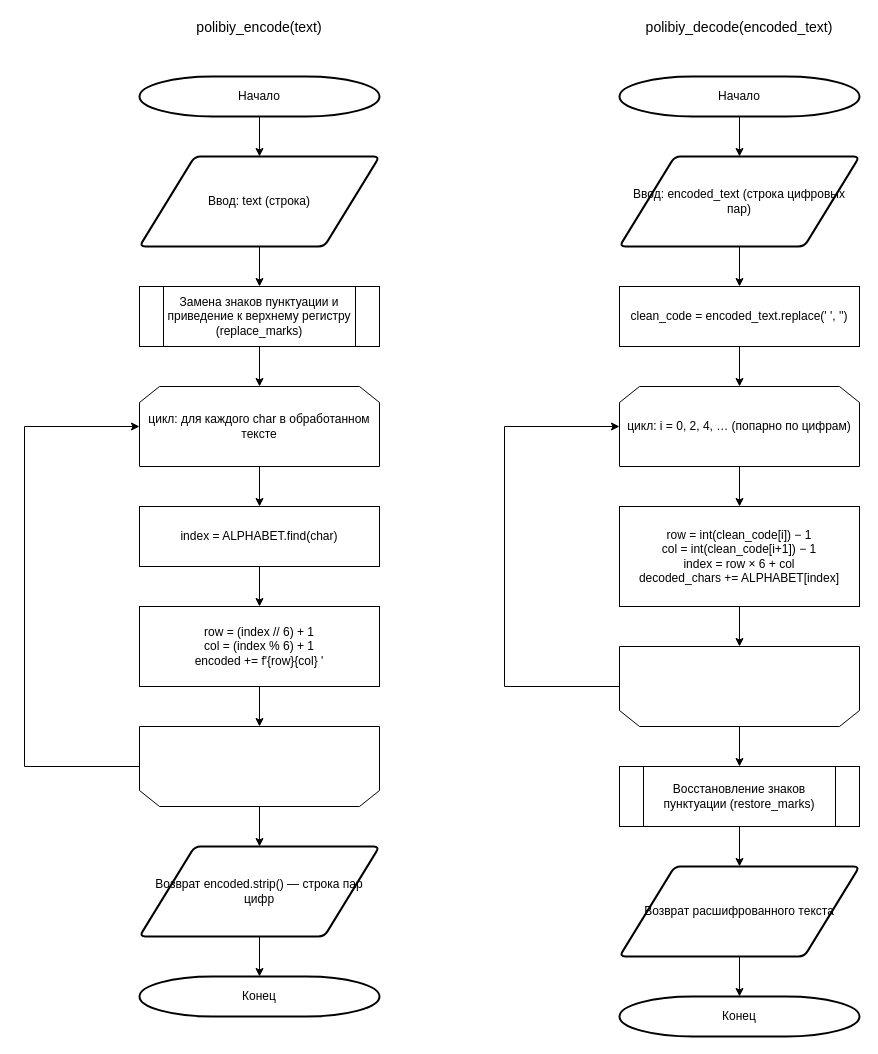
Laincetta/mospolytech-cryptography keeps this draw.io diagram as polybius_diagram.drawio. Above is the earlier version. Source tidied: cells renumbered, new cells numbered last; positions are measured from the earlier drawing's top-left corner, leaving out a move shared by most shapes. Both pictures are drawn from the tidied source at 100%, with x=0, y=0 at pixel (24, 17).
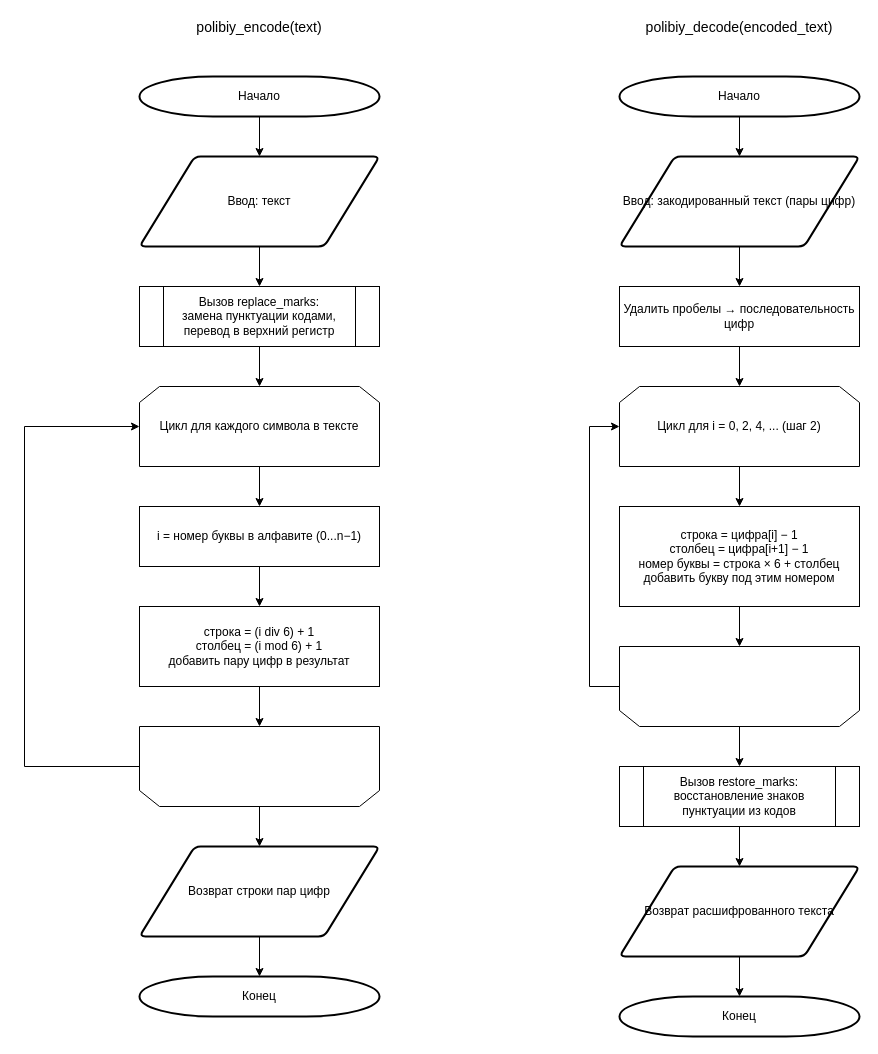
Above is the later version.

Unchanged cells that the change refers to:
```xml
<mxCell id="29" style="text;html=1;whiteSpace=wrap;strokeColor=none;fillColor=none;opacity=0;" parent="1" vertex="1">
  <mxGeometry x="595" y="629" width="240" height="80" as="geometry" />
</mxCell>
```

Change to the diagram source:
```diff
@@
-    <mxCell id="4" value="Ввод: text (строка)" style="shape=parallelogram;html=1;strokeWidth=2;perimeter=parallelogramPerimeter;whiteSpace=wrap;rounded=1;arcSize=12;size=0.23;" parent="1" vertex="1">
+    <mxCell id="4" value="Ввод: текст" style="shape=parallelogram;html=1;strokeWidth=2;perimeter=parallelogramPerimeter;whiteSpace=wrap;rounded=1;arcSize=12;size=0.23;" parent="1" vertex="1">
       <mxGeometry x="115" y="139" width="240" height="90" as="geometry" />
     </mxCell>
-    <mxCell id="5" value="Замена знаков пунктуации и приведение к верхнему регистру (replace_marks)" style="shape=process;whiteSpace=wrap;html=1;backgroundOutline=1;" parent="1" vertex="1">
+    <mxCell id="5" value="Вызов replace_marks:&#10;замена пунктуации кодами, перевод в верхний регистр" style="shape=process;whiteSpace=wrap;html=1;backgroundOutline=1;" parent="1" vertex="1">
       <mxGeometry x="115" y="269" width="240" height="60" as="geometry" />
     </mxCell>
-    <mxCell id="6" value="цикл: для каждого char в обработанном тексте" style="shape=loopLimit;whiteSpace=wrap;html=1;" parent="1" vertex="1">
+    <mxCell id="6" value="Цикл для каждого символа в тексте" style="shape=loopLimit;whiteSpace=wrap;html=1;" parent="1" vertex="1">
       <mxGeometry x="115" y="369" width="240" height="80" as="geometry" />
     </mxCell>
-    <mxCell id="7" value="index = ALPHABET.find(char)" style="rounded=0;whiteSpace=wrap;html=1;" parent="1" vertex="1">
+    <mxCell id="7" value="i = номер буквы в алфавите (0...n−1)" style="rounded=0;whiteSpace=wrap;html=1;" parent="1" vertex="1">
       <mxGeometry x="115" y="489" width="240" height="60" as="geometry" />
     </mxCell>
-    <mxCell id="8" value="row = (index // 6) + 1&#10;col = (index % 6) + 1&#10;encoded += f'{row}{col} '" style="rounded=0;whiteSpace=wrap;html=1;" parent="1" vertex="1">
+    <mxCell id="8" value="строка = (i div 6) + 1&#10;столбец = (i mod 6) + 1&#10;добавить пару цифр в результат" style="rounded=0;whiteSpace=wrap;html=1;" parent="1" vertex="1">
       <mxGeometry x="115" y="589" width="240" height="80" as="geometry" />
     </mxCell>
@@
-    <mxCell id="11" value="Возврат encoded.strip() — строка пар цифр" style="shape=parallelogram;html=1;strokeWidth=2;perimeter=parallelogramPerimeter;whiteSpace=wrap;rounded=1;arcSize=12;size=0.23;" parent="1" vertex="1">
+    <mxCell id="11" value="Возврат строки пар цифр" style="shape=parallelogram;html=1;strokeWidth=2;perimeter=parallelogramPerimeter;whiteSpace=wrap;rounded=1;arcSize=12;size=0.23;" parent="1" vertex="1">
       <mxGeometry x="115" y="829" width="240" height="90" as="geometry" />
     </mxCell>
@@
-    <mxCell id="24" value="Ввод: encoded_text (строка цифровых пар)" style="shape=parallelogram;html=1;strokeWidth=2;perimeter=parallelogramPerimeter;whiteSpace=wrap;rounded=1;arcSize=12;size=0.23;" parent="1" vertex="1">
+    <mxCell id="24" value="Ввод: закодированный текст (пары цифр)" style="shape=parallelogram;html=1;strokeWidth=2;perimeter=parallelogramPerimeter;whiteSpace=wrap;rounded=1;arcSize=12;size=0.23;" parent="1" vertex="1">
       <mxGeometry x="595" y="139" width="240" height="90" as="geometry" />
     </mxCell>
-    <mxCell id="25" value="clean_code = encoded_text.replace(' ', '')" style="rounded=0;whiteSpace=wrap;html=1;" parent="1" vertex="1">
+    <mxCell id="25" value="Удалить пробелы → последовательность цифр" style="rounded=0;whiteSpace=wrap;html=1;" parent="1" vertex="1">
       <mxGeometry x="595" y="269" width="240" height="60" as="geometry" />
     </mxCell>
-    <mxCell id="26" value="цикл: i = 0, 2, 4, … (попарно по цифрам)" style="shape=loopLimit;whiteSpace=wrap;html=1;" parent="1" vertex="1">
+    <mxCell id="26" value="Цикл для i = 0, 2, 4, ... (шаг 2)" style="shape=loopLimit;whiteSpace=wrap;html=1;" parent="1" vertex="1">
       <mxGeometry x="595" y="369" width="240" height="80" as="geometry" />
     </mxCell>
-    <mxCell id="27" value="row = int(clean_code[i]) − 1&#10;col = int(clean_code[i+1]) − 1&#10;index = row × 6 + col&#10;decoded_chars += ALPHABET[index]" style="rounded=0;whiteSpace=wrap;html=1;" parent="1" vertex="1">
+    <mxCell id="27" value="строка = цифра[i] − 1&#10;столбец = цифра[i+1] − 1&#10;номер буквы = строка × 6 + столбец&#10;добавить букву под этим номером" style="rounded=0;whiteSpace=wrap;html=1;" parent="1" vertex="1">
       <mxGeometry x="595" y="489" width="240" height="100" as="geometry" />
     </mxCell>
@@
-    <mxCell id="30" value="Восстановление знаков пунктуации (restore_marks)" style="shape=process;whiteSpace=wrap;html=1;backgroundOutline=1;" parent="1" vertex="1">
+    <mxCell id="30" value="Вызов restore_marks:&#10;восстановление знаков пунктуации из кодов" style="shape=process;whiteSpace=wrap;html=1;backgroundOutline=1;" parent="1" vertex="1">
       <mxGeometry x="595" y="749" width="240" height="60" as="geometry" />
     </mxCell>
@@
     <mxCell id="38" style="edgeStyle=orthogonalEdgeStyle;rounded=0;jettySize=auto;html=1;exitX=0;exitY=0.5;exitDx=0;exitDy=0;entryX=0;entryY=0.5;entryDx=0;entryDy=0;" parent="1" edge="1" source="29" target="26">
       <mxGeometry relative="1" as="geometry">
         <Array as="points">
-          <mxPoint x="480" y="669" />
-          <mxPoint x="480" y="409" />
+          <mxPoint x="565" y="669" />
+          <mxPoint x="565" y="409" />
         </Array>
       </mxGeometry>
     </mxCell>
```
